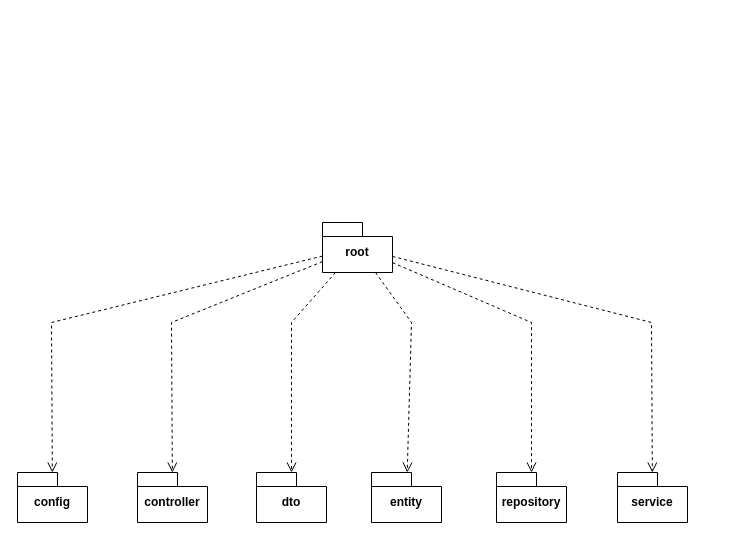
Above: 文档/概要设计规约文档/架构包图.drawio in w1ntercube/TJ-SE-Design (draw.io), before the change. Source tidied: cells renumbered, new cells numbered last; positions are measured from the earlier drawing's top-left corner, leaving out a move shared by most shapes. Both pictures are drawn from the tidied source at 100%, with x=0, y=0 at pixel (17, 222).
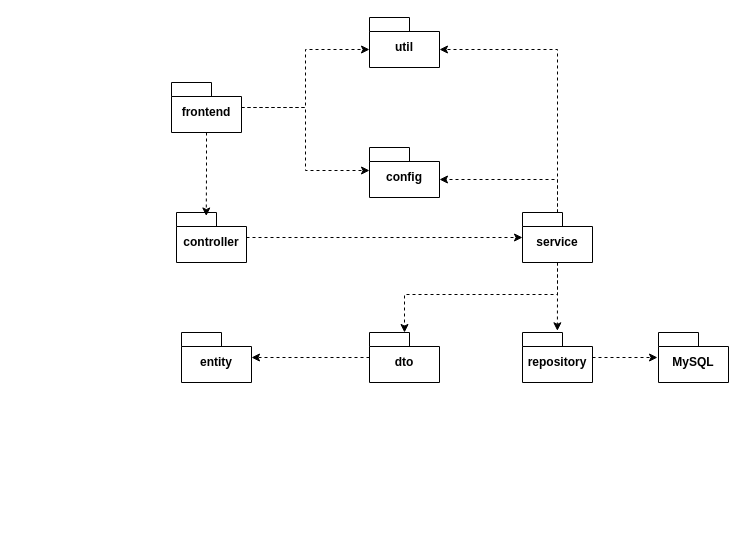
After the change.

Commit message (it also covers changes not shown here):
代码微调和架构图

The edit, as a diff of the source:
```diff
@@
-    <mxCell id="2" value="root" style="shape=folder;fontStyle=1;spacingTop=10;tabWidth=40;tabHeight=14;tabPosition=left;html=1;whiteSpace=wrap;" parent="1" vertex="1">
-      <mxGeometry x="305" width="70" height="50" as="geometry" />
-    </mxCell>
-    <mxCell id="3" style="html=1;verticalAlign=bottom;endArrow=open;dashed=1;endSize=8;curved=0;rounded=0;" parent="1" edge="1" source="2" target="4">
-      <mxGeometry relative="1" as="geometry">
-        <Array as="points">
-          <mxPoint x="34" y="100" />
-        </Array>
-      </mxGeometry>
-    </mxCell>
     <mxCell id="4" value="config" style="shape=folder;fontStyle=1;spacingTop=10;tabWidth=40;tabHeight=14;tabPosition=left;html=1;whiteSpace=wrap;" parent="1" vertex="1">
-      <mxGeometry y="250" width="70" height="50" as="geometry" />
+      <mxGeometry x="352" y="-75" width="70" height="50" as="geometry" />
     </mxCell>
-    <mxCell id="5" style="html=1;verticalAlign=bottom;endArrow=open;dashed=1;endSize=8;curved=0;rounded=0;" parent="1" edge="1" source="2" target="6">
-      <mxGeometry relative="1" as="geometry">
-        <Array as="points">
-          <mxPoint x="154" y="100" />
-        </Array>
-      </mxGeometry>
-    </mxCell>
+    <mxCell id="15" style="edgeStyle=orthogonalEdgeStyle;rounded=0;jettySize=auto;html=1;dashed=1;" parent="1" edge="1" source="6" target="14">
+      <mxGeometry relative="1" as="geometry" />
+    </mxCell>
     <mxCell id="6" value="controller" style="shape=folder;fontStyle=1;spacingTop=10;tabWidth=40;tabHeight=14;tabPosition=left;html=1;whiteSpace=wrap;" parent="1" vertex="1">
-      <mxGeometry x="120" y="250" width="70" height="50" as="geometry" />
+      <mxGeometry x="159" y="-10" width="70" height="50" as="geometry" />
     </mxCell>
-    <mxCell id="7" style="html=1;verticalAlign=bottom;endArrow=open;dashed=1;endSize=8;curved=0;rounded=0;" parent="1" edge="1" source="2" target="8">
-      <mxGeometry relative="1" as="geometry">
-        <Array as="points">
-          <mxPoint x="274" y="100" />
-        </Array>
-      </mxGeometry>
-    </mxCell>
+    <mxCell id="16" style="edgeStyle=orthogonalEdgeStyle;rounded=0;jettySize=auto;html=1;dashed=1;" parent="1" edge="1" source="8" target="10">
+      <mxGeometry relative="1" as="geometry" />
+    </mxCell>
     <mxCell id="8" value="dto" style="shape=folder;fontStyle=1;spacingTop=10;tabWidth=40;tabHeight=14;tabPosition=left;html=1;whiteSpace=wrap;" parent="1" vertex="1">
-      <mxGeometry x="239" y="250" width="70" height="50" as="geometry" />
+      <mxGeometry x="352" y="110" width="70" height="50" as="geometry" />
     </mxCell>
-    <mxCell id="9" style="html=1;verticalAlign=bottom;endArrow=open;dashed=1;endSize=8;curved=0;rounded=0;" parent="1" edge="1" source="2" target="10">
-      <mxGeometry relative="1" as="geometry">
-        <Array as="points">
-          <mxPoint x="394" y="100" />
-        </Array>
-      </mxGeometry>
-    </mxCell>
     <mxCell id="10" value="entity" style="shape=folder;fontStyle=1;spacingTop=10;tabWidth=40;tabHeight=14;tabPosition=left;html=1;whiteSpace=wrap;" parent="1" vertex="1">
-      <mxGeometry x="354" y="250" width="70" height="50" as="geometry" />
+      <mxGeometry x="164" y="110" width="70" height="50" as="geometry" />
     </mxCell>
-    <mxCell id="11" style="html=1;verticalAlign=bottom;endArrow=open;dashed=1;endSize=8;curved=0;rounded=0;" parent="1" edge="1" source="2" target="12">
-      <mxGeometry relative="1" as="geometry">
-        <Array as="points">
-          <mxPoint x="514" y="100" />
-        </Array>
-      </mxGeometry>
-    </mxCell>
+    <mxCell id="17" style="edgeStyle=orthogonalEdgeStyle;rounded=0;jettySize=auto;html=1;dashed=1;" parent="1" edge="1" source="12">
+      <mxGeometry relative="1" as="geometry">
+        <mxPoint x="640" y="135" as="targetPoint" />
+      </mxGeometry>
+    </mxCell>
     <mxCell id="12" value="repository" style="shape=folder;fontStyle=1;spacingTop=10;tabWidth=40;tabHeight=14;tabPosition=left;html=1;whiteSpace=wrap;" parent="1" vertex="1">
-      <mxGeometry x="479" y="250" width="70" height="50" as="geometry" />
+      <mxGeometry x="505" y="110" width="70" height="50" as="geometry" />
     </mxCell>
-    <mxCell id="13" style="html=1;verticalAlign=bottom;endArrow=open;dashed=1;endSize=8;curved=0;rounded=0;" parent="1" edge="1" source="2" target="14">
-      <mxGeometry relative="1" as="geometry">
-        <Array as="points">
-          <mxPoint x="634" y="100" />
-        </Array>
-      </mxGeometry>
-    </mxCell>
+    <mxCell id="18" style="edgeStyle=orthogonalEdgeStyle;rounded=0;jettySize=auto;html=1;dashed=1;" parent="1" edge="1" source="14" target="8">
+      <mxGeometry relative="1" as="geometry">
+        <Array as="points">
+          <mxPoint x="540" y="72" />
+          <mxPoint x="387" y="72" />
+        </Array>
+      </mxGeometry>
+    </mxCell>
     <mxCell id="14" value="service" style="shape=folder;fontStyle=1;spacingTop=10;tabWidth=40;tabHeight=14;tabPosition=left;html=1;whiteSpace=wrap;" parent="1" vertex="1">
-      <mxGeometry x="600" y="250" width="70" height="50" as="geometry" />
+      <mxGeometry x="505" y="-10" width="70" height="50" as="geometry" />
     </mxCell>
+    <mxCell id="19" value="util" style="shape=folder;fontStyle=1;spacingTop=10;tabWidth=40;tabHeight=14;tabPosition=left;html=1;whiteSpace=wrap;" parent="1" vertex="1">
+      <mxGeometry x="352" y="-205" width="70" height="50" as="geometry" />
+    </mxCell>
+    <mxCell id="20" value="MySQL" style="shape=folder;fontStyle=1;spacingTop=10;tabWidth=40;tabHeight=14;tabPosition=left;html=1;whiteSpace=wrap;" parent="1" vertex="1">
+      <mxGeometry x="641" y="110" width="70" height="50" as="geometry" />
+    </mxCell>
+    <mxCell id="21" style="edgeStyle=orthogonalEdgeStyle;rounded=0;jettySize=auto;html=1;entryX=0.498;entryY=-0.034;entryDx=0;entryDy=0;entryPerimeter=0;dashed=1;" parent="1" edge="1" source="14" target="12">
+      <mxGeometry relative="1" as="geometry" />
+    </mxCell>
+    <mxCell id="22" value="frontend" style="shape=folder;fontStyle=1;spacingTop=10;tabWidth=40;tabHeight=14;tabPosition=left;html=1;whiteSpace=wrap;" parent="1" vertex="1">
+      <mxGeometry x="154" y="-140" width="70" height="50" as="geometry" />
+    </mxCell>
+    <mxCell id="23" style="edgeStyle=orthogonalEdgeStyle;rounded=0;jettySize=auto;html=1;entryX=0.425;entryY=0.07;entryDx=0;entryDy=0;entryPerimeter=0;dashed=1;" parent="1" edge="1" source="22" target="6">
+      <mxGeometry relative="1" as="geometry" />
+    </mxCell>
+    <mxCell id="24" style="edgeStyle=orthogonalEdgeStyle;rounded=0;jettySize=auto;html=1;entryX=0;entryY=0;entryDx=0;entryDy=23;entryPerimeter=0;dashed=1;" parent="1" edge="1" source="22" target="4">
+      <mxGeometry relative="1" as="geometry" />
+    </mxCell>
+    <mxCell id="25" style="edgeStyle=orthogonalEdgeStyle;rounded=0;jettySize=auto;html=1;entryX=0;entryY=0;entryDx=0;entryDy=32;entryPerimeter=0;dashed=1;" parent="1" edge="1" source="22" target="19">
+      <mxGeometry relative="1" as="geometry" />
+    </mxCell>
+    <mxCell id="26" style="edgeStyle=orthogonalEdgeStyle;rounded=0;jettySize=auto;html=1;entryX=0;entryY=0;entryDx=70;entryDy=32;entryPerimeter=0;dashed=1;" parent="1" edge="1" source="14" target="4">
+      <mxGeometry relative="1" as="geometry">
+        <Array as="points">
+          <mxPoint x="540" y="-43" />
+        </Array>
+      </mxGeometry>
+    </mxCell>
+    <mxCell id="27" style="edgeStyle=orthogonalEdgeStyle;rounded=0;jettySize=auto;html=1;entryX=0;entryY=0;entryDx=70;entryDy=32;entryPerimeter=0;dashed=1;" parent="1" edge="1" source="14" target="19">
+      <mxGeometry relative="1" as="geometry">
+        <Array as="points">
+          <mxPoint x="540" y="-173" />
+        </Array>
+      </mxGeometry>
+    </mxCell>
```
